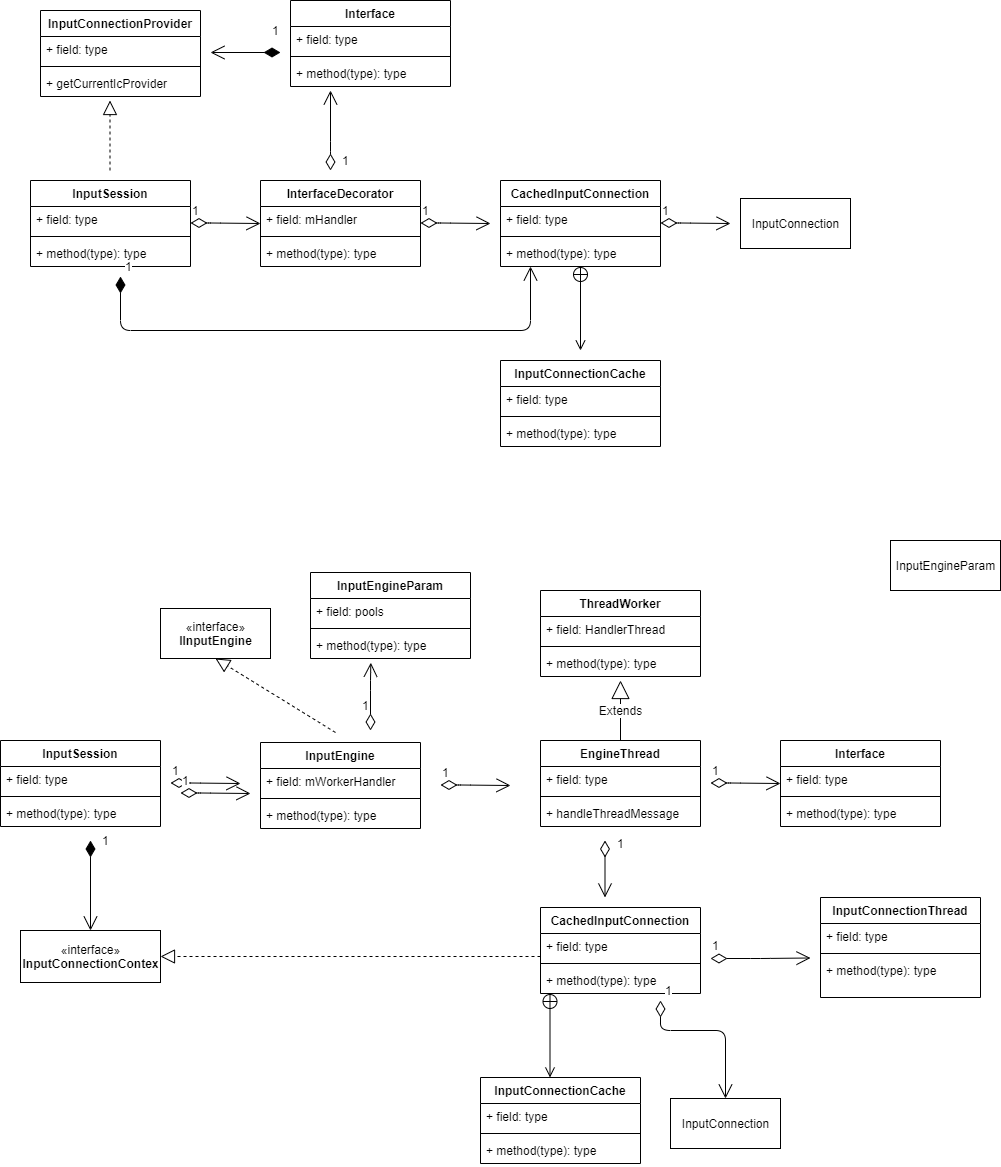
This is input/foreign-input-improve.png from chonglv/charts, a draw.io export, as it was before one commit. Source tidied: cells renumbered, new cells last; positions are measured from the earlier drawing's top-left corner, leaving out a move shared by most shapes.
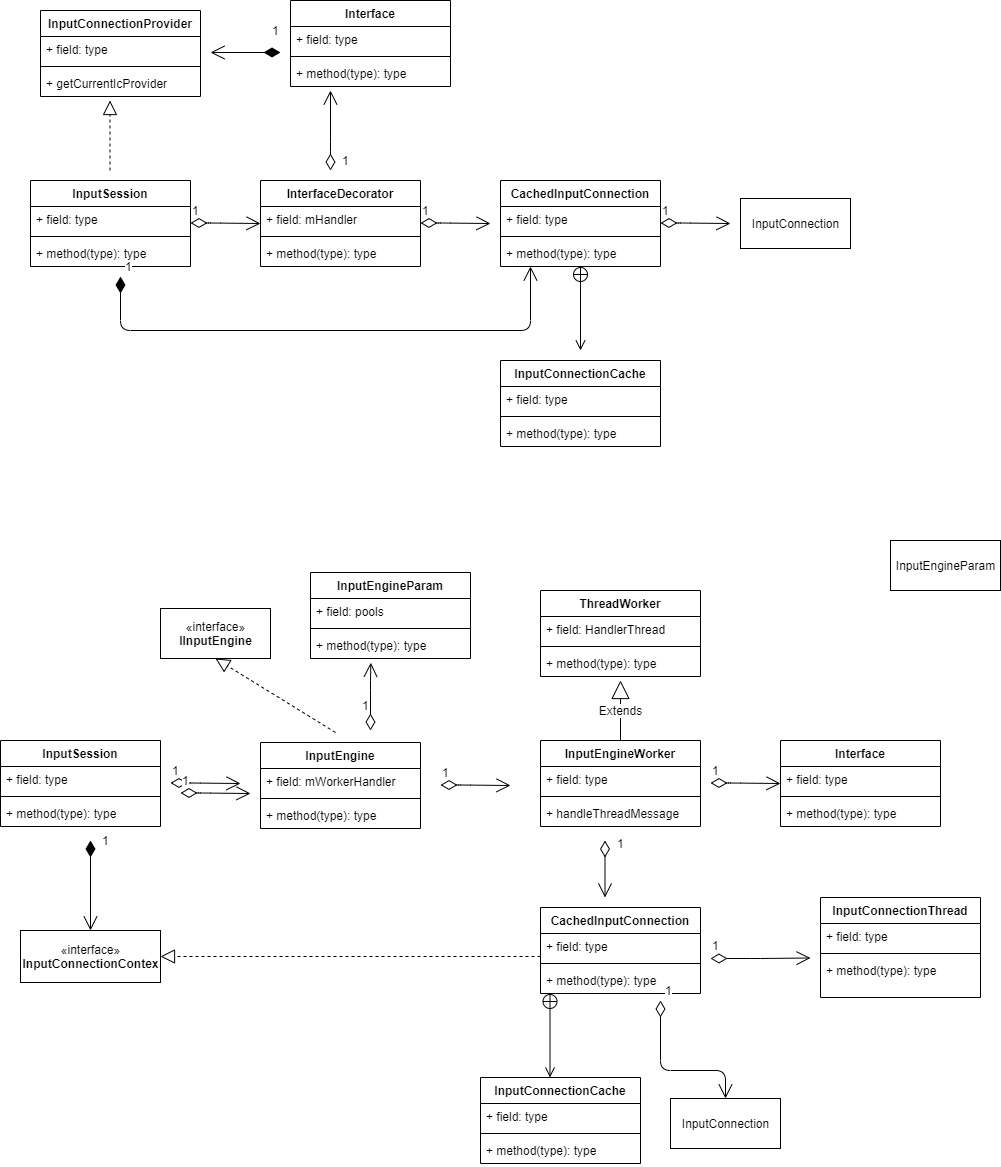
The same file after the commit.

The edit, as a diff of the source:
```diff
@@ -126,7 +126,7 @@
         <mxPoint x="335" y="732" as="sourcePoint" />
       </mxGeometry>
     </mxCell>
-    <mxCell id="38" value="EngineThread" style="swimlane;fontStyle=1;align=center;verticalAlign=top;horizontal=1;startSize=26;" parent="1" vertex="1">
+    <mxCell id="38" value="InputEngineWorker" style="swimlane;fontStyle=1;align=center;verticalAlign=top;horizontal=1;startSize=26;" parent="1" vertex="1">
       <mxGeometry x="540" y="740" width="160" height="86" as="geometry" />
     </mxCell>
     <mxCell id="39" value="+ field: type" style="text;strokeColor=none;fillColor=none;align=left;verticalAlign=top;spacingLeft=4;spacingRight=4;overflow=hidden;" parent="38" vertex="1">
@@ -365,8 +365,8 @@
       <mxGeometry x="-1" y="3" relative="1" as="geometry">
         <mxPoint x="660" y="1000" as="sourcePoint" />
         <Array as="points">
-          <mxPoint x="660" y="1030" />
-          <mxPoint x="725" y="1030" />
+          <mxPoint x="660" y="1070" />
+          <mxPoint x="725" y="1070" />
         </Array>
       </mxGeometry>
     </mxCell>
```
